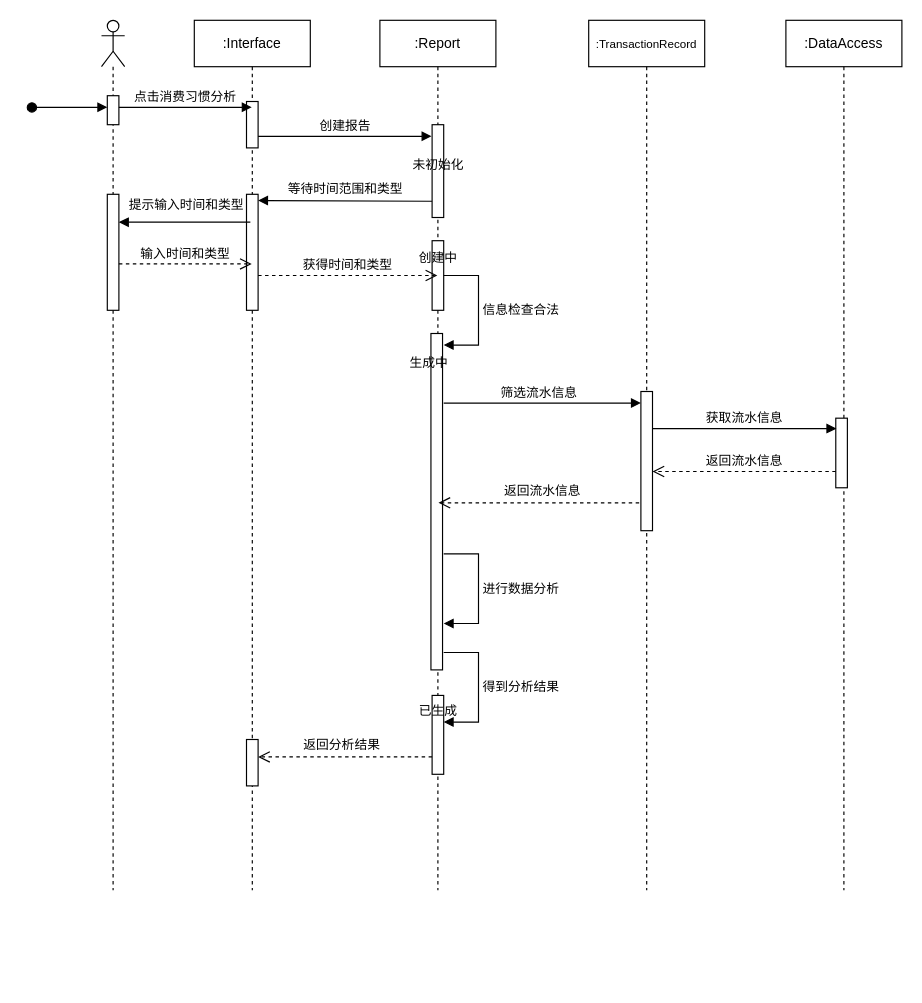
Earlier version of the draw.io diagram 生成报告时序图-正常流.drawio (PomeloLemon/SoftwareDiagrams). Source tidied: cells renumbered, new cells numbered last; positions are measured from the earlier drawing's top-left corner, leaving out a move shared by most shapes. Both pictures are drawn from the tidied source at 116%, with x=0, y=0 at pixel (31, 20).
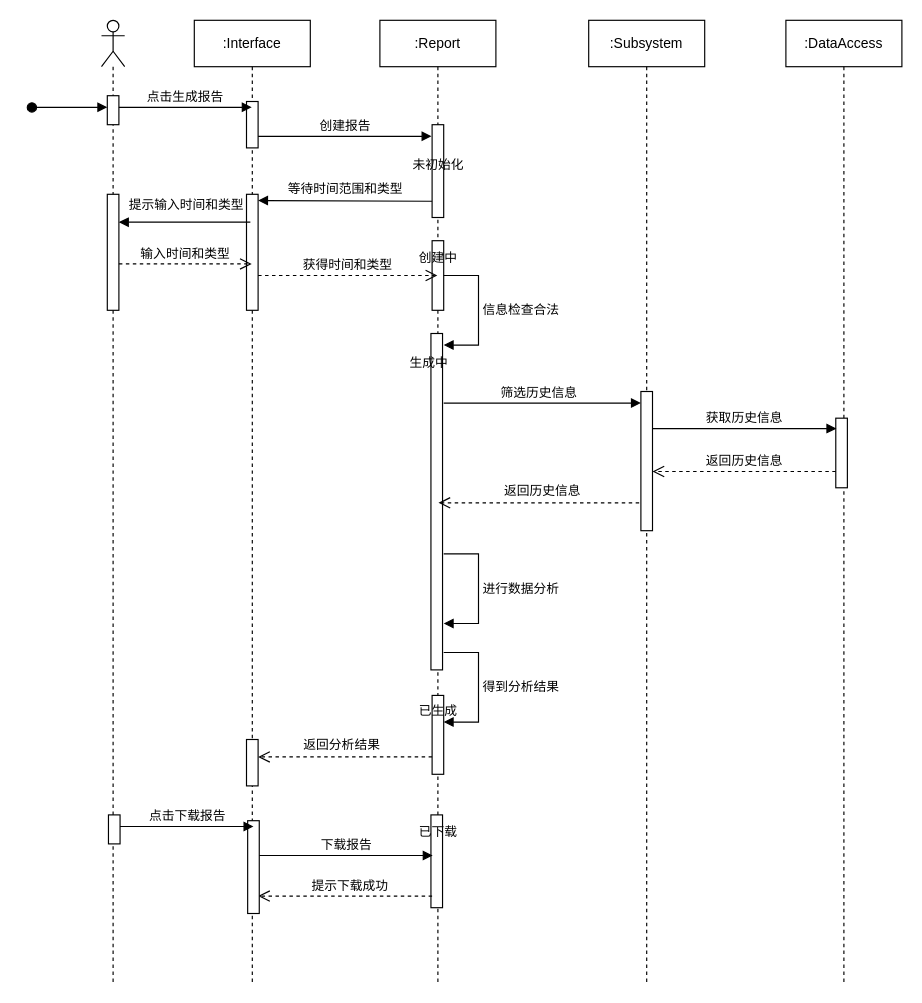
After the change.

Commit message:
更新生成报告时序图-正常流.drawio

Unchanged cells that the change refers to:
```xml
<mxCell id="40" style="html=1;points=[];perimeter=orthogonalPerimeter;outlineConnect=0;targetShapes=umlLifeline;portConstraint=eastwest;newEdgeStyle={&quot;edgeStyle&quot;:&quot;elbowEdgeStyle&quot;,&quot;elbow&quot;:&quot;vertical&quot;,&quot;curved&quot;:0,&quot;rounded&quot;:0};" parent="1" vertex="1">
  <mxGeometry x="525" y="320" width="10" height="120" as="geometry" />
</mxCell>
```

Change to the diagram source:
```diff
@@
     <mxCell id="2" value="&lt;font style=&quot;font-size: 12px;&quot;&gt;:Report&lt;/font&gt;" style="shape=umlLifeline;perimeter=lifelinePerimeter;whiteSpace=wrap;html=1;outlineConnect=0;portConstraint=eastwest;newEdgeStyle={&quot;edgeStyle&quot;:&quot;elbowEdgeStyle&quot;,&quot;elbow&quot;:&quot;vertical&quot;,&quot;curved&quot;:0,&quot;rounded&quot;:0};" parent="1" vertex="1">
-      <mxGeometry x="300" width="100" height="750" as="geometry" />
+      <mxGeometry x="300" width="100" height="830" as="geometry" />
     </mxCell>
@@
+    <mxCell id="43" style="html=1;perimeter=orthogonalPerimeter;targetShapes=umlLifeline;newEdgeStyle={&quot;curved&quot;:0,&quot;rounded&quot;:0};" parent="2" vertex="1">
+      <mxGeometry x="44" y="685" width="10" height="80" as="geometry" />
+    </mxCell>
-    <mxCell id="7" value="&lt;font style=&quot;font-size: 10px;&quot;&gt;:TransactionRecord&lt;/font&gt;" style="shape=umlLifeline;perimeter=lifelinePerimeter;whiteSpace=wrap;html=1;newEdgeStyle={&quot;edgeStyle&quot;:&quot;elbowEdgeStyle&quot;,&quot;elbow&quot;:&quot;vertical&quot;,&quot;curved&quot;:0,&quot;rounded&quot;:0};" parent="1" vertex="1">
-      <mxGeometry x="480" width="100" height="750" as="geometry" />
+    <mxCell id="7" value="&lt;font style=&quot;font-size: 12px;&quot;&gt;:Subsystem&lt;/font&gt;" style="shape=umlLifeline;perimeter=lifelinePerimeter;whiteSpace=wrap;html=1;newEdgeStyle={&quot;edgeStyle&quot;:&quot;elbowEdgeStyle&quot;,&quot;elbow&quot;:&quot;vertical&quot;,&quot;curved&quot;:0,&quot;rounded&quot;:0};" parent="1" vertex="1">
+      <mxGeometry x="480" width="100" height="830" as="geometry" />
     </mxCell>
     <mxCell id="8" style="shape=umlLifeline;perimeter=lifelinePerimeter;whiteSpace=wrap;html=1;newEdgeStyle={&quot;curved&quot;:0,&quot;rounded&quot;:0};participant=umlActor;" parent="1" vertex="1">
-      <mxGeometry x="60" width="20" height="750" as="geometry" />
+      <mxGeometry x="60" width="20" height="830" as="geometry" />
     </mxCell>
@@
     <mxCell id="12" value=":Interface" style="shape=umlLifeline;perimeter=lifelinePerimeter;whiteSpace=wrap;html=1;outlineConnect=0;portConstraint=eastwest;newEdgeStyle={&quot;curved&quot;:0,&quot;rounded&quot;:0};" parent="1" vertex="1">
-      <mxGeometry x="140" width="100" height="750" as="geometry" />
+      <mxGeometry x="140" width="100" height="830" as="geometry" />
     </mxCell>
@@
-    <mxCell id="16" value="点击消费习惯分析" style="html=1;verticalAlign=bottom;endArrow=block;curved=0;rounded=0;" parent="1" edge="1" target="12">
+    <mxCell id="16" value="点击生成报告" style="html=1;verticalAlign=bottom;endArrow=block;curved=0;rounded=0;" parent="1" edge="1" target="12">
       <mxGeometry relative="1" as="geometry">
         <mxPoint x="75" y="75" as="sourcePoint" />
       </mxGeometry>
     </mxCell>
     <mxCell id="17" value=":DataAccess" style="shape=umlLifeline;perimeter=lifelinePerimeter;whiteSpace=wrap;html=1;newEdgeStyle={&quot;curved&quot;:0,&quot;rounded&quot;:0};" parent="1" vertex="1">
-      <mxGeometry x="650" width="100" height="750" as="geometry" />
+      <mxGeometry x="650" width="100" height="830" as="geometry" />
     </mxCell>
@@
-    <mxCell id="35" value="&lt;font style=&quot;font-size: 11px;&quot;&gt;返回流水信息&lt;/font&gt;" style="text;html=1;align=center;verticalAlign=middle;strokeColor=none;fillColor=none;" parent="1" vertex="1">
+    <mxCell id="35" value="&lt;font style=&quot;font-size: 11px;&quot;&gt;返回历史信息&lt;/font&gt;" style="text;html=1;align=center;verticalAlign=middle;strokeColor=none;fillColor=none;" parent="1" vertex="1">
       <mxGeometry x="394.5" y="391" width="90" height="30" as="geometry" />
     </mxCell>
@@
-    <mxCell id="37" value="获取流水信息" style="html=1;verticalAlign=bottom;endArrow=block;curved=0;rounded=0;" parent="1" edge="1" source="40">
+    <mxCell id="37" value="获取历史信息" style="html=1;verticalAlign=bottom;endArrow=block;curved=0;rounded=0;" parent="1" edge="1" source="40">
       <mxGeometry relative="1" as="geometry">
         <mxPoint x="693.5" y="352" as="targetPoint" />
       </mxGeometry>
     </mxCell>
-    <mxCell id="38" value="返回流水信息" style="html=1;verticalAlign=bottom;endArrow=open;dashed=1;endSize=8;curved=0;rounded=0;" parent="1" edge="1">
+    <mxCell id="38" value="返回历史信息" style="html=1;verticalAlign=bottom;endArrow=open;dashed=1;endSize=8;curved=0;rounded=0;" parent="1" edge="1">
       <mxGeometry relative="1" as="geometry">
         <mxPoint x="693" y="389" as="sourcePoint" />
         <mxPoint x="535" y="389" as="targetPoint" />
       </mxGeometry>
     </mxCell>
@@
-    <mxCell id="41" value="&lt;font style=&quot;font-size: 11px;&quot;&gt;筛选流水信息&lt;/font&gt;" style="text;html=1;align=center;verticalAlign=middle;strokeColor=none;fillColor=none;" parent="1" vertex="1">
+    <mxCell id="41" value="&lt;font style=&quot;font-size: 11px;&quot;&gt;筛选历史信息&lt;/font&gt;" style="text;html=1;align=center;verticalAlign=middle;strokeColor=none;fillColor=none;" parent="1" vertex="1">
       <mxGeometry x="392" y="306" width="90" height="30" as="geometry" />
     </mxCell>
@@
+    <mxCell id="44" value="&lt;span style=&quot;font-size: 11px;&quot;&gt;已下载&lt;/span&gt;" style="text;html=1;align=center;verticalAlign=middle;strokeColor=none;fillColor=none;" parent="1" vertex="1">
+      <mxGeometry x="320" y="685" width="60" height="30" as="geometry" />
+    </mxCell>
+    <mxCell id="45" style="html=1;verticalAlign=bottom;endArrow=open;dashed=1;endSize=8;curved=0;rounded=0;" parent="1" edge="1">
+      <mxGeometry relative="1" as="geometry">
+        <mxPoint x="345" y="755" as="sourcePoint" />
+        <mxPoint x="195" y="755" as="targetPoint" />
+      </mxGeometry>
+    </mxCell>
+    <mxCell id="46" style="html=1;perimeter=orthogonalPerimeter;targetShapes=umlLifeline;newEdgeStyle={&quot;edgeStyle&quot;:&quot;elbowEdgeStyle&quot;,&quot;elbow&quot;:&quot;vertical&quot;,&quot;curved&quot;:0,&quot;rounded&quot;:0};" parent="1" vertex="1">
+      <mxGeometry x="66" y="685" width="10" height="25" as="geometry" />
+    </mxCell>
+    <mxCell id="47" style="html=1;points=[];perimeter=orthogonalPerimeter;outlineConnect=0;targetShapes=umlLifeline;portConstraint=eastwest;newEdgeStyle={&quot;edgeStyle&quot;:&quot;elbowEdgeStyle&quot;,&quot;elbow&quot;:&quot;vertical&quot;,&quot;curved&quot;:0,&quot;rounded&quot;:0};" parent="1" vertex="1">
+      <mxGeometry x="186" y="690" width="10" height="80" as="geometry" />
+    </mxCell>
+    <mxCell id="48" value="点击下载报告" style="html=1;verticalAlign=bottom;endArrow=block;curved=0;rounded=0;" parent="1" edge="1">
+      <mxGeometry relative="1" as="geometry">
+        <mxPoint x="76" y="695" as="sourcePoint" />
+        <mxPoint x="191" y="695" as="targetPoint" />
+      </mxGeometry>
+    </mxCell>
+    <mxCell id="49" value="下载报告" style="html=1;verticalAlign=bottom;endArrow=block;curved=0;rounded=0;" parent="1" edge="1" source="47">
+      <mxGeometry relative="1" as="geometry">
+        <mxPoint x="345.5" y="720" as="targetPoint" />
+      </mxGeometry>
+    </mxCell>
+    <mxCell id="50" value="&lt;font style=&quot;font-size: 11px;&quot;&gt;提示下载成功&lt;/font&gt;" style="text;html=1;align=center;verticalAlign=middle;strokeColor=none;fillColor=none;" parent="1" vertex="1">
+      <mxGeometry x="229" y="731" width="90" height="30" as="geometry" />
+    </mxCell>
```
